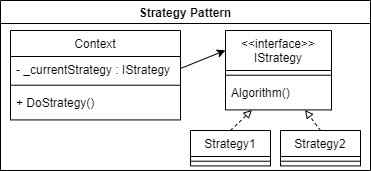
Before: Assets/StrategyPattern/StrategyPatternDiagram.png, a diagram exported from draw.io (Johnny-Connor/GameProgrammingPatterns). Source tidied: cells renumbered, new cells last; positions are measured from the earlier drawing's top-left corner, leaving out a move shared by most shapes. Its diagram source:
```xml
<mxGraphModel>
  <root>
    <mxCell id="0" />
    <mxCell id="1" parent="0" />
    <mxCell id="2" value="Strategy Pattern" style="swimlane;labelBorderColor=none;labelBackgroundColor=none;spacing=2;" parent="1" vertex="1">
      <mxGeometry width="370" height="170" as="geometry" />
    </mxCell>
    <mxCell id="3" value="Context" style="swimlane;fontStyle=0;align=center;verticalAlign=top;horizontal=1;startSize=26;" parent="2" vertex="1">
      <mxGeometry x="10" y="30" width="170" height="89.4" as="geometry" />
    </mxCell>
    <mxCell id="4" value="- _currentStrategy : IStrategy" style="text;strokeColor=none;fillColor=none;align=left;verticalAlign=top;spacingLeft=4;spacingRight=4;overflow=hidden;points=[[0,0.5],[1,0.5]];portConstraint=eastwest;" parent="3" vertex="1">
      <mxGeometry y="26" width="170" height="24" as="geometry" />
    </mxCell>
    <mxCell id="5" style="line;strokeWidth=1;fillColor=none;align=left;verticalAlign=middle;spacingTop=-1;spacingLeft=3;spacingRight=3;labelPosition=right;strokeColor=inherit;" parent="3" vertex="1">
      <mxGeometry y="50" width="170" height="9.4" as="geometry" />
    </mxCell>
    <mxCell id="6" value="+ DoStrategy()" style="text;strokeColor=none;fillColor=none;align=left;verticalAlign=top;spacingLeft=4;spacingRight=4;overflow=hidden;" parent="3" vertex="1">
      <mxGeometry y="59.4" width="170" height="30" as="geometry" />
    </mxCell>
    <mxCell id="7" value="&lt;&lt;interface&gt;&gt;&#10;IStrategy" style="swimlane;fontStyle=0;align=center;verticalAlign=top;horizontal=1;startSize=40;" parent="2" vertex="1">
      <mxGeometry x="225" y="30" width="106" height="79.4" as="geometry" />
    </mxCell>
    <mxCell id="8" style="line;strokeWidth=1;fillColor=none;align=left;verticalAlign=middle;spacingTop=-1;spacingLeft=3;spacingRight=3;labelPosition=right;strokeColor=inherit;" parent="7" vertex="1">
      <mxGeometry y="40" width="106" height="9.4" as="geometry" />
    </mxCell>
    <mxCell id="9" value="Algorithm()" style="text;html=1;align=left;verticalAlign=top;strokeColor=none;fillColor=none;spacingLeft=4;spacingRight=4;" parent="7" vertex="1">
      <mxGeometry y="49.4" width="106" height="30" as="geometry" />
    </mxCell>
    <mxCell id="10" style="rounded=0;jettySize=auto;html=1;exitX=0.5;exitY=0;exitDx=0;exitDy=0;entryX=0.25;entryY=1;entryDx=0;entryDy=0;dashed=1;endArrow=block;endFill=0;" parent="2" edge="1" source="11" target="7">
      <mxGeometry relative="1" as="geometry" />
    </mxCell>
    <mxCell id="11" value="Strategy1" style="swimlane;fontStyle=0;align=center;verticalAlign=top;horizontal=1;startSize=26;" parent="2" vertex="1">
      <mxGeometry x="190" y="130" width="80" height="35.4" as="geometry" />
    </mxCell>
    <mxCell id="12" style="line;strokeWidth=1;fillColor=none;align=left;verticalAlign=middle;spacingTop=-1;spacingLeft=3;spacingRight=3;labelPosition=right;strokeColor=inherit;" parent="11" vertex="1">
      <mxGeometry y="26" width="80" height="9.4" as="geometry" />
    </mxCell>
    <mxCell id="13" style="edgeStyle=none;rounded=0;jettySize=auto;html=1;exitX=1;exitY=0.5;exitDx=0;exitDy=0;entryX=0;entryY=0.25;entryDx=0;entryDy=0;endArrow=classic;endFill=1;" parent="2" edge="1" source="4" target="7">
      <mxGeometry relative="1" as="geometry" />
    </mxCell>
    <mxCell id="14" value="Strategy2" style="swimlane;fontStyle=0;align=center;verticalAlign=top;horizontal=1;startSize=26;" parent="2" vertex="1">
      <mxGeometry x="280" y="130" width="80" height="35.4" as="geometry" />
    </mxCell>
    <mxCell id="15" style="line;strokeWidth=1;fillColor=none;align=left;verticalAlign=middle;spacingTop=-1;spacingLeft=3;spacingRight=3;labelPosition=right;strokeColor=inherit;" parent="14" vertex="1">
      <mxGeometry y="26" width="80" height="9.4" as="geometry" />
    </mxCell>
    <mxCell id="16" style="rounded=0;jettySize=auto;html=1;exitX=0.5;exitY=0;exitDx=0;exitDy=0;entryX=0.75;entryY=1;entryDx=0;entryDy=0;dashed=1;endArrow=block;endFill=0;" parent="2" edge="1" source="14" target="7">
      <mxGeometry relative="1" as="geometry" />
    </mxCell>
  </root>
</mxGraphModel>
```
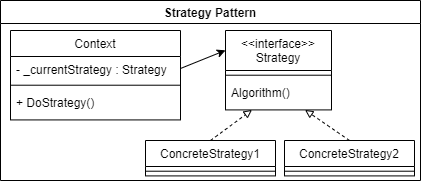
Later version of the same file.

What changed in the source:
```diff
@@ -3,12 +3,12 @@
     <mxCell id="0" />
     <mxCell id="1" parent="0" />
     <mxCell id="2" value="Strategy Pattern" style="swimlane;labelBorderColor=none;labelBackgroundColor=none;spacing=2;" parent="1" vertex="1">
-      <mxGeometry width="370" height="170" as="geometry" />
+      <mxGeometry width="420" height="180" as="geometry" />
     </mxCell>
     <mxCell id="3" value="Context" style="swimlane;fontStyle=0;align=center;verticalAlign=top;horizontal=1;startSize=26;" parent="2" vertex="1">
       <mxGeometry x="10" y="30" width="170" height="89.4" as="geometry" />
     </mxCell>
-    <mxCell id="4" value="- _currentStrategy : IStrategy" style="text;strokeColor=none;fillColor=none;align=left;verticalAlign=top;spacingLeft=4;spacingRight=4;overflow=hidden;points=[[0,0.5],[1,0.5]];portConstraint=eastwest;" parent="3" vertex="1">
+    <mxCell id="4" value="- _currentStrategy : Strategy" style="text;strokeColor=none;fillColor=none;align=left;verticalAlign=top;spacingLeft=4;spacingRight=4;overflow=hidden;points=[[0,0.5],[1,0.5]];portConstraint=eastwest;" parent="3" vertex="1">
       <mxGeometry y="26" width="170" height="24" as="geometry" />
     </mxCell>
     <mxCell id="5" style="line;strokeWidth=1;fillColor=none;align=left;verticalAlign=middle;spacingTop=-1;spacingLeft=3;spacingRight=3;labelPosition=right;strokeColor=inherit;" parent="3" vertex="1">
@@ -17,7 +17,7 @@
     <mxCell id="6" value="+ DoStrategy()" style="text;strokeColor=none;fillColor=none;align=left;verticalAlign=top;spacingLeft=4;spacingRight=4;overflow=hidden;" parent="3" vertex="1">
       <mxGeometry y="59.4" width="170" height="30" as="geometry" />
     </mxCell>
-    <mxCell id="7" value="&lt;&lt;interface&gt;&gt;&#10;IStrategy" style="swimlane;fontStyle=0;align=center;verticalAlign=top;horizontal=1;startSize=40;" parent="2" vertex="1">
+    <mxCell id="7" value="&lt;&lt;interface&gt;&gt;&#10;Strategy" style="swimlane;fontStyle=0;align=center;verticalAlign=top;horizontal=1;startSize=40;" parent="2" vertex="1">
       <mxGeometry x="225" y="30" width="106" height="79.4" as="geometry" />
     </mxCell>
     <mxCell id="8" style="line;strokeWidth=1;fillColor=none;align=left;verticalAlign=middle;spacingTop=-1;spacingLeft=3;spacingRight=3;labelPosition=right;strokeColor=inherit;" parent="7" vertex="1">
@@ -29,20 +29,20 @@
     <mxCell id="10" style="rounded=0;jettySize=auto;html=1;exitX=0.5;exitY=0;exitDx=0;exitDy=0;entryX=0.25;entryY=1;entryDx=0;entryDy=0;dashed=1;endArrow=block;endFill=0;" parent="2" edge="1" source="11" target="7">
       <mxGeometry relative="1" as="geometry" />
     </mxCell>
-    <mxCell id="11" value="Strategy1" style="swimlane;fontStyle=0;align=center;verticalAlign=top;horizontal=1;startSize=26;" parent="2" vertex="1">
-      <mxGeometry x="190" y="130" width="80" height="35.4" as="geometry" />
+    <mxCell id="11" value="ConcreteStrategy1" style="swimlane;fontStyle=0;align=center;verticalAlign=top;horizontal=1;startSize=26;" parent="2" vertex="1">
+      <mxGeometry x="145" y="140" width="130" height="35.4" as="geometry" />
     </mxCell>
     <mxCell id="12" style="line;strokeWidth=1;fillColor=none;align=left;verticalAlign=middle;spacingTop=-1;spacingLeft=3;spacingRight=3;labelPosition=right;strokeColor=inherit;" parent="11" vertex="1">
-      <mxGeometry y="26" width="80" height="9.4" as="geometry" />
+      <mxGeometry y="26" width="130" height="9.4" as="geometry" />
     </mxCell>
     <mxCell id="13" style="edgeStyle=none;rounded=0;jettySize=auto;html=1;exitX=1;exitY=0.5;exitDx=0;exitDy=0;entryX=0;entryY=0.25;entryDx=0;entryDy=0;endArrow=classic;endFill=1;" parent="2" edge="1" source="4" target="7">
       <mxGeometry relative="1" as="geometry" />
     </mxCell>
-    <mxCell id="14" value="Strategy2" style="swimlane;fontStyle=0;align=center;verticalAlign=top;horizontal=1;startSize=26;" parent="2" vertex="1">
-      <mxGeometry x="280" y="130" width="80" height="35.4" as="geometry" />
+    <mxCell id="14" value="ConcreteStrategy2" style="swimlane;fontStyle=0;align=center;verticalAlign=top;horizontal=1;startSize=26;" parent="2" vertex="1">
+      <mxGeometry x="284" y="140" width="130" height="35.4" as="geometry" />
     </mxCell>
     <mxCell id="15" style="line;strokeWidth=1;fillColor=none;align=left;verticalAlign=middle;spacingTop=-1;spacingLeft=3;spacingRight=3;labelPosition=right;strokeColor=inherit;" parent="14" vertex="1">
-      <mxGeometry y="26" width="80" height="9.4" as="geometry" />
+      <mxGeometry y="26" width="130" height="9.4" as="geometry" />
     </mxCell>
     <mxCell id="16" style="rounded=0;jettySize=auto;html=1;exitX=0.5;exitY=0;exitDx=0;exitDy=0;entryX=0.75;entryY=1;entryDx=0;entryDy=0;dashed=1;endArrow=block;endFill=0;" parent="2" edge="1" source="14" target="7">
       <mxGeometry relative="1" as="geometry" />
```
